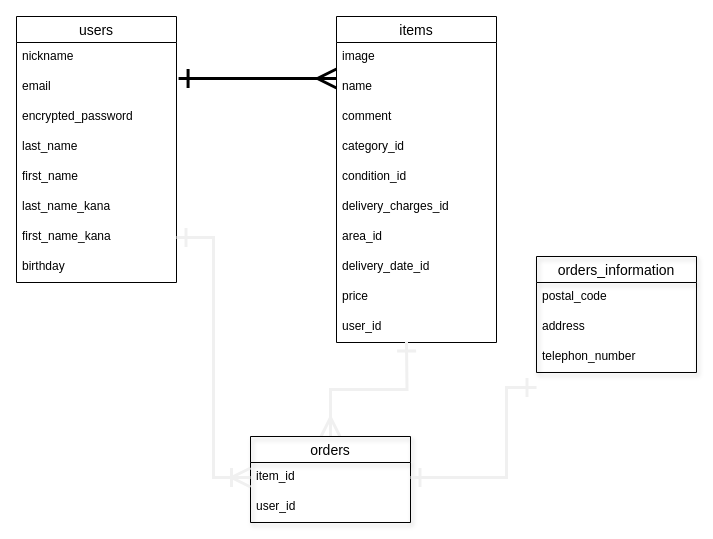
Before: furima.dio in suzuneko00/furima-34699, a draw.io diagram. Source tidied: cells renumbered, new cells numbered last; positions are measured from the earlier drawing's top-left corner, leaving out a move shared by most shapes. Both pictures are drawn from the tidied source at 100%, with x=0, y=0 at pixel (16, 16).
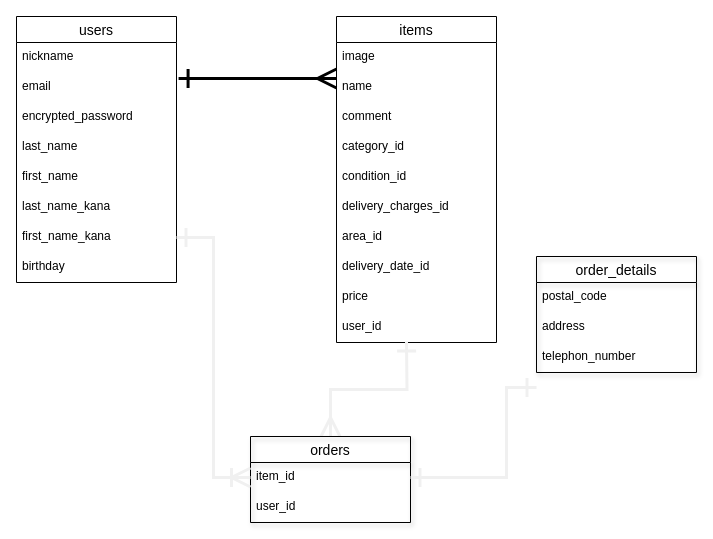
The same page after the edit.

Commit message (it also covers changes not shown here):
データベース設計の記述の修正2

What changed in the source:
```diff
@@
-    <mxCell id="30" value="orders_information" style="swimlane;fontStyle=0;horizontal=1;startSize=26;align=center;fontSize=14;shadow=1;fillColor=none;" parent="1" vertex="1">
+    <mxCell id="30" value="order_details" style="swimlane;fontStyle=0;horizontal=1;startSize=26;align=center;fontSize=14;shadow=1;fillColor=none;" parent="1" vertex="1">
       <mxGeometry x="520" y="240" width="160" height="116" as="geometry" />
     </mxCell>
```
